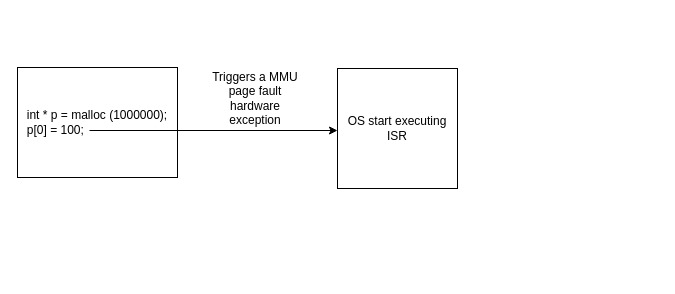
Above: PageFault.drawio in morningkyle/githubfiles (draw.io), before the change. Source tidied: cells renumbered, new cells numbered last; positions are measured from the earlier drawing's top-left corner, leaving out a move shared by most shapes. Both pictures are drawn from the tidied source at 100%, with x=0, y=0 at pixel (17, 53).
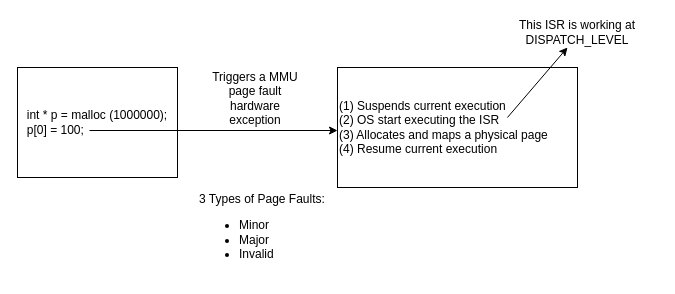
After the change.

What changed in the source:
```diff
@@
 <mxGraphModel>
   <root>
     <mxCell id="0" />
     <mxCell id="1" parent="0" />
     <mxCell id="2" value="int * p = malloc (1000000);&lt;br&gt;p[0] = 100;&amp;nbsp; &amp;nbsp; &amp;nbsp; &amp;nbsp; &amp;nbsp; &amp;nbsp; &amp;nbsp; &amp;nbsp; &amp;nbsp; &amp;nbsp; &amp;nbsp; &amp;nbsp; &amp;nbsp;" style="text;strokeColor=default;align=center;fillColor=none;html=1;verticalAlign=middle;whiteSpace=wrap;rounded=0;" parent="1" vertex="1">
       <mxGeometry y="14" width="160" height="110" as="geometry" />
     </mxCell>
     <mxCell id="3" style="endArrow=classic;html=1;rounded=0;" parent="1" edge="1">
       <mxGeometry relative="1" as="geometry">
         <mxPoint x="72" y="77" as="sourcePoint" />
         <mxPoint x="320" y="77" as="targetPoint" />
       </mxGeometry>
     </mxCell>
     <mxCell id="4" style="edgeStyle=orthogonalEdgeStyle;rounded=0;orthogonalLoop=1;jettySize=auto;html=1;exitX=0.5;exitY=1;exitDx=0;exitDy=0;" parent="1" edge="1" source="2" target="2">
       <mxGeometry relative="1" as="geometry" />
     </mxCell>
     <mxCell id="5" value="Triggers a MMU page fault hardware exception" style="text;strokeColor=none;align=center;fillColor=none;html=1;verticalAlign=middle;whiteSpace=wrap;rounded=0;" parent="1" vertex="1">
       <mxGeometry x="188" width="100" height="90" as="geometry" />
     </mxCell>
-    <mxCell id="6" value="OS start executing ISR" style="whiteSpace=wrap;html=1;" parent="1" vertex="1">
-      <mxGeometry x="320" y="15" width="120" height="120" as="geometry" />
+    <mxCell id="6" value="(1) Suspends current execution&lt;br&gt;(2) OS start executing the ISR&lt;br&gt;(3) Allocates and maps a physical page&lt;br&gt;(4) Resume current execution" style="whiteSpace=wrap;html=1;align=left;" parent="1" vertex="1">
+      <mxGeometry x="320" y="14" width="240" height="120" as="geometry" />
     </mxCell>
+    <mxCell id="7" style="endArrow=classic;html=1;rounded=0;exitX=0.708;exitY=0.417;exitDx=0;exitDy=0;exitPerimeter=0;" parent="1" edge="1" source="6">
+      <mxGeometry relative="1" as="geometry">
+        <mxPoint x="550" y="-6" as="targetPoint" />
+      </mxGeometry>
+    </mxCell>
+    <mxCell id="8" value="This ISR is working at DISPATCH_LEVEL" style="text;strokeColor=none;align=center;fillColor=none;html=1;verticalAlign=middle;whiteSpace=wrap;rounded=0;" parent="1" vertex="1">
+      <mxGeometry x="480" y="-36" width="160" height="30" as="geometry" />
+    </mxCell>
+    <mxCell id="9" value="3 Types of Page Faults:&lt;br&gt;&lt;ul&gt;&lt;li&gt;&lt;span style=&quot;background-color: initial;&quot;&gt;Minor&lt;/span&gt;&lt;/li&gt;&lt;li style=&quot;&quot;&gt;Major&lt;/li&gt;&lt;li style=&quot;&quot;&gt;Invalid&lt;/li&gt;&lt;/ul&gt;" style="text;strokeColor=none;align=left;fillColor=none;html=1;verticalAlign=middle;whiteSpace=wrap;rounded=0;" parent="1" vertex="1">
+      <mxGeometry x="180" y="134" width="140" height="90" as="geometry" />
+    </mxCell>
   </root>
 </mxGraphModel>
```
